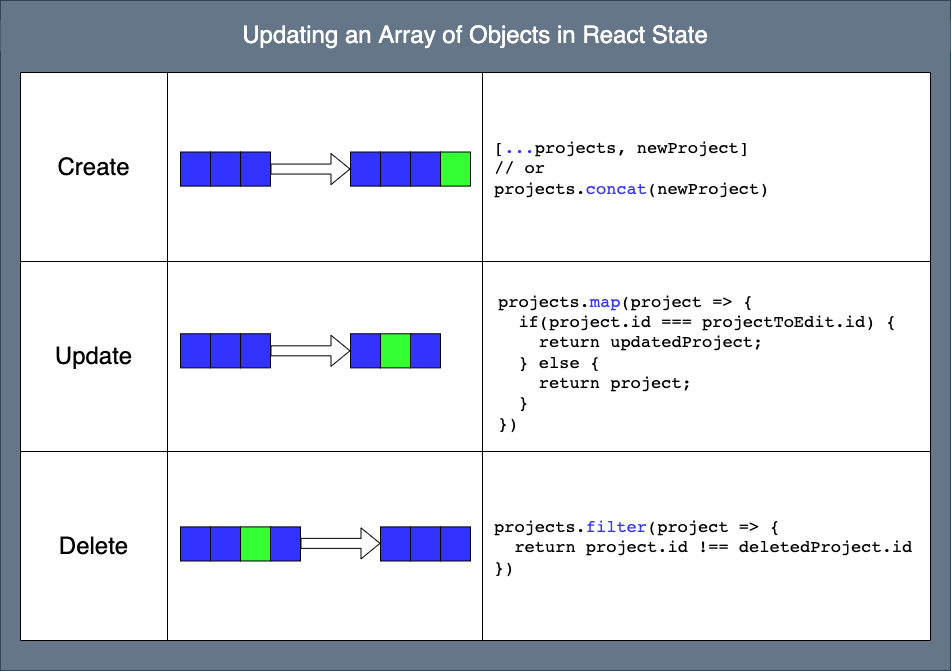
Before: 06_PATCH_DELETE/assets/updating-an-array-of-objects-in-state.png, a diagram exported from draw.io (learn-co-curriculum/SENG-LIVE-013023-Phase-2-React). Source tidied: cells renumbered, new cells last; positions are measured from the earlier drawing's top-left corner, leaving out a move shared by most shapes.
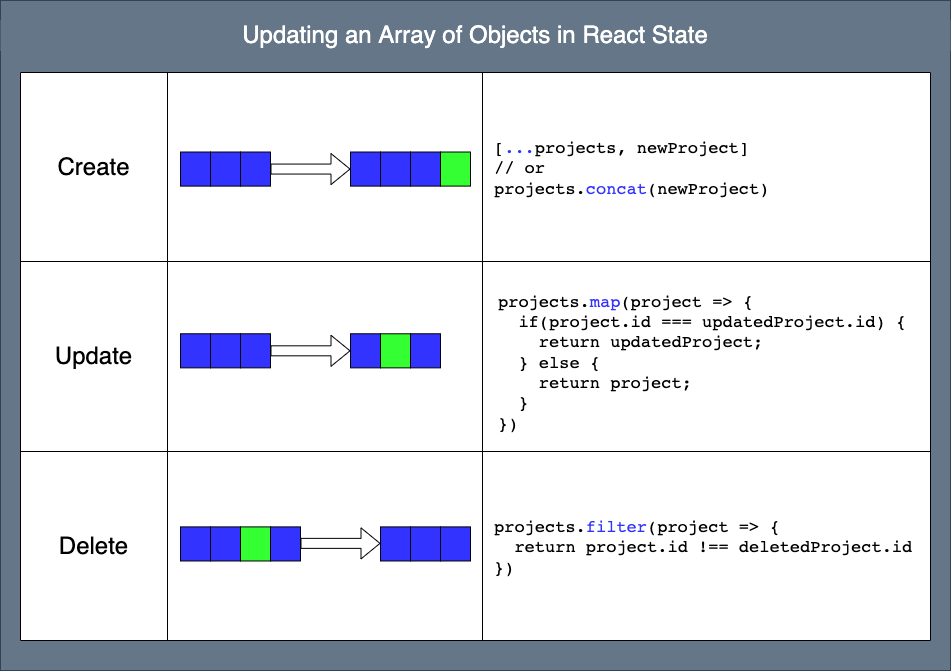
Above is the later version.

What changed in the source:
```diff
@@ -33,7 +33,7 @@
     <mxCell id="12" style="shape=partialRectangle;html=1;whiteSpace=wrap;fillColor=none;top=0;left=0;bottom=0;right=0;overflow=hidden;" parent="10" vertex="1">
       <mxGeometry x="147" width="315" height="190" as="geometry" />
     </mxCell>
-    <mxCell id="13" value="&lt;pre style=&quot;font-size: 17px;&quot;&gt;&lt;span style=&quot;&quot;&gt;projects.&lt;font style=&quot;font-size: 17px;&quot; color=&quot;#3333ff&quot;&gt;map&lt;/font&gt;(project =&amp;gt; {&lt;/span&gt;&lt;font style=&quot;font-size: 17px;&quot;&gt;&lt;div&gt;&lt;span&gt;&amp;nbsp; if(project.id === projectToEdit.id) {&lt;/span&gt;&lt;/div&gt;&lt;div&gt;&lt;span&gt;&amp;nbsp; &amp;nbsp; return updatedProject;&lt;/span&gt;&lt;/div&gt;&lt;div&gt;&lt;span&gt;&amp;nbsp; } else {&lt;/span&gt;&lt;/div&gt;&lt;div&gt;&lt;span&gt;&amp;nbsp; &amp;nbsp; return project;&lt;/span&gt;&lt;/div&gt;&lt;div&gt;&lt;span&gt;&amp;nbsp; }&lt;/span&gt;&lt;/div&gt;&lt;div&gt;&lt;span&gt;})&lt;/span&gt;&lt;/div&gt;&lt;/font&gt;&lt;/pre&gt;" style="shape=partialRectangle;html=1;whiteSpace=wrap;fillColor=none;top=0;left=0;bottom=0;right=0;overflow=hidden;spacingLeft=4;align=left;spacing=12;" parent="10" vertex="1">
+    <mxCell id="13" value="&lt;pre style=&quot;font-size: 17px;&quot;&gt;&lt;span style=&quot;&quot;&gt;projects.&lt;font style=&quot;font-size: 17px;&quot; color=&quot;#3333ff&quot;&gt;map&lt;/font&gt;(project =&amp;gt; {&lt;/span&gt;&lt;font style=&quot;font-size: 17px;&quot;&gt;&lt;div&gt;&lt;span&gt;&amp;nbsp; if(project.id === updatedProject.id) {&lt;/span&gt;&lt;/div&gt;&lt;div&gt;&lt;span&gt;&amp;nbsp; &amp;nbsp; return updatedProject;&lt;/span&gt;&lt;/div&gt;&lt;div&gt;&lt;span&gt;&amp;nbsp; } else {&lt;/span&gt;&lt;/div&gt;&lt;div&gt;&lt;span&gt;&amp;nbsp; &amp;nbsp; return project;&lt;/span&gt;&lt;/div&gt;&lt;div&gt;&lt;span&gt;&amp;nbsp; }&lt;/span&gt;&lt;/div&gt;&lt;div&gt;&lt;span&gt;})&lt;/span&gt;&lt;/div&gt;&lt;/font&gt;&lt;/pre&gt;" style="shape=partialRectangle;html=1;whiteSpace=wrap;fillColor=none;top=0;left=0;bottom=0;right=0;overflow=hidden;spacingLeft=4;align=left;spacing=12;" parent="10" vertex="1">
       <mxGeometry x="462" width="448" height="190" as="geometry" />
     </mxCell>
     <mxCell id="14" style="shape=partialRectangle;html=1;whiteSpace=wrap;fillColor=none;top=0;left=0;bottom=0;right=0;" parent="5" vertex="1">
```
